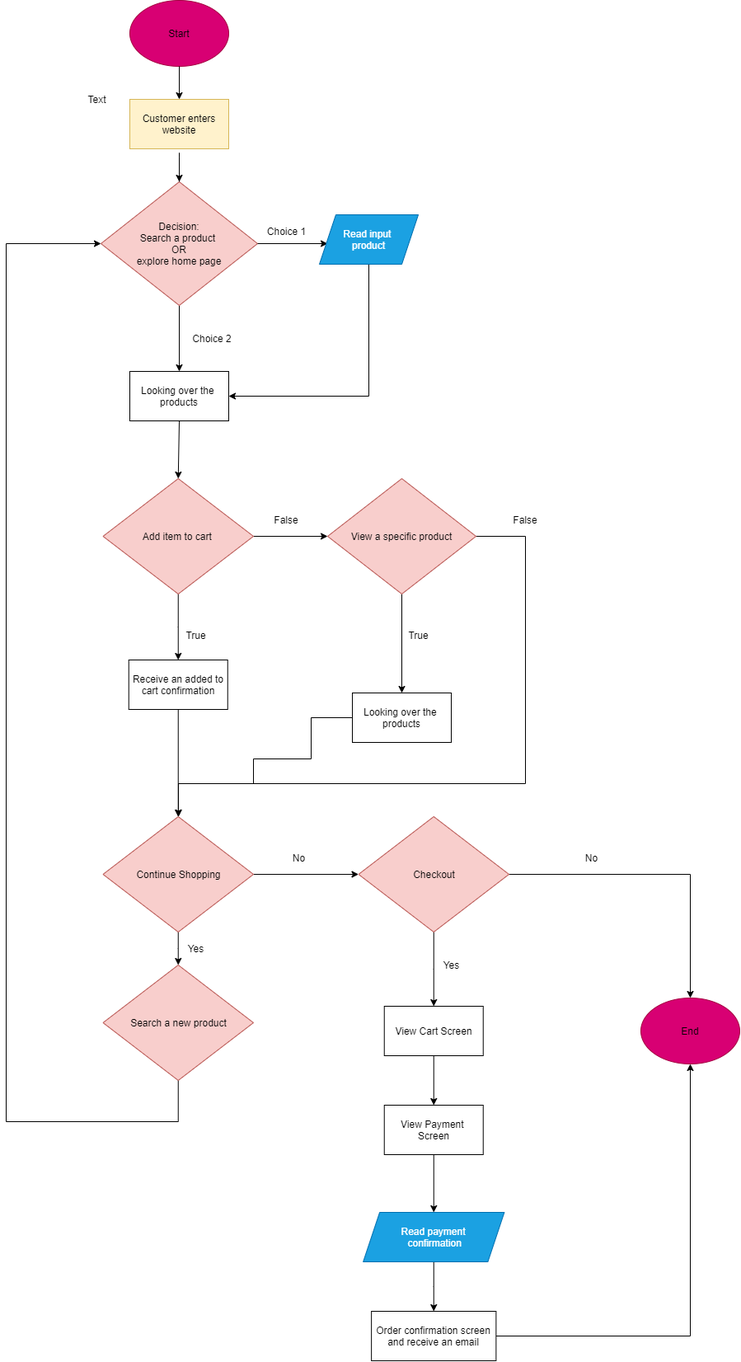
Earlier version of the draw.io export part2/part2.drawio.png (gradygabriel10/sp21-cse110-lab4). Source tidied: cells renumbered, new cells last; positions are measured from the earlier drawing's top-left corner, leaving out a move shared by most shapes.
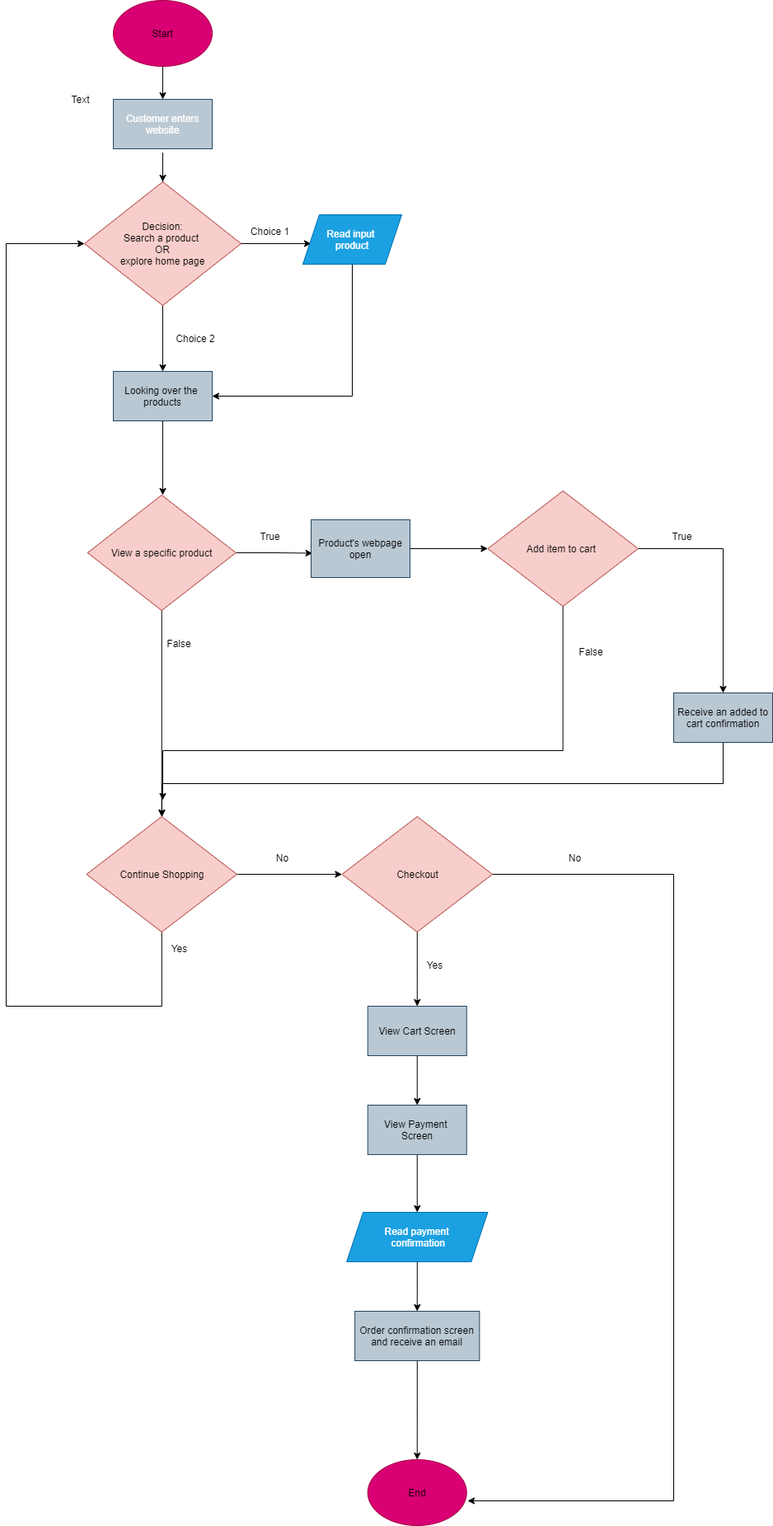
The same file after the commit.

Commit message:
finish-all-part

Change to the diagram source:
```diff
@@ -5,7 +5,7 @@
     <mxCell id="2" value="&lt;font color=&quot;#000000&quot;&gt;Start&lt;/font&gt;" style="ellipse;whiteSpace=wrap;html=1;fillColor=#d80073;strokeColor=#A50040;fontColor=#ffffff;" parent="1" vertex="1">
       <mxGeometry x="150" width="120" height="80" as="geometry" />
     </mxCell>
-    <mxCell id="3" value="&lt;font color=&quot;#000000&quot;&gt;Customer enters website&lt;br&gt;&lt;/font&gt;" style="rounded=0;whiteSpace=wrap;html=1;fillColor=#fff2cc;strokeColor=#d6b656;" parent="1" vertex="1">
+    <mxCell id="3" value="&lt;font color=&quot;#ffffff&quot;&gt;Customer enters website&lt;/font&gt;" style="rounded=0;whiteSpace=wrap;html=1;fillColor=#bac8d3;strokeColor=#23445d;" parent="1" vertex="1">
       <mxGeometry x="150" y="120" width="120" height="60" as="geometry" />
     </mxCell>
     <mxCell id="4" style="edgeStyle=orthogonalEdgeStyle;rounded=0;jettySize=auto;html=1;exitX=0.5;exitY=1;exitDx=0;exitDy=0;entryX=0.5;entryY=0;entryDx=0;entryDy=0;" parent="1" edge="1" source="5" target="12">
@@ -45,103 +45,56 @@
     <mxCell id="11" value="Read input &lt;br&gt;product" style="shape=parallelogram;perimeter=parallelogramPerimeter;whiteSpace=wrap;html=1;fixedSize=1;fillColor=#1ba1e2;strokeColor=#006EAF;fontColor=#ffffff;" parent="1" vertex="1">
       <mxGeometry x="380" y="260" width="120" height="60" as="geometry" />
     </mxCell>
-    <mxCell id="12" value="Looking over the&amp;nbsp;&lt;br&gt;products" style="rounded=0;whiteSpace=wrap;html=1;" parent="1" vertex="1">
+    <mxCell id="12" value="Looking over the&amp;nbsp;&lt;br&gt;products" style="rounded=0;whiteSpace=wrap;html=1;fillColor=#bac8d3;strokeColor=#23445d;" parent="1" vertex="1">
       <mxGeometry x="150" y="450" width="120" height="60" as="geometry" />
     </mxCell>
     <mxCell id="13" value="Choice 2" style="text;html=1;strokeColor=none;fillColor=none;align=center;verticalAlign=middle;whiteSpace=wrap;rounded=0;" parent="1" vertex="1">
       <mxGeometry x="210" y="400" width="80" height="20" as="geometry" />
     </mxCell>
-    <mxCell id="14" style="endArrow=classic;html=1;exitX=0.5;exitY=1;exitDx=0;exitDy=0;entryX=0.5;entryY=0;entryDx=0;entryDy=0;" parent="1" edge="1" source="12" target="17">
-      <mxGeometry relative="1" as="geometry" />
+    <mxCell id="14" style="endArrow=classic;html=1;exitX=0.5;exitY=1;exitDx=0;exitDy=0;entryX=0.5;entryY=0;entryDx=0;entryDy=0;" parent="1" edge="1" source="12">
+      <mxGeometry relative="1" as="geometry">
+        <mxPoint x="210" y="600" as="targetPoint" />
+      </mxGeometry>
     </mxCell>
-    <mxCell id="15" style="edgeStyle=orthogonalEdgeStyle;rounded=0;jettySize=auto;html=1;" parent="1" edge="1" source="17" target="20">
-      <mxGeometry relative="1" as="geometry" />
-    </mxCell>
-    <mxCell id="16" style="edgeStyle=orthogonalEdgeStyle;rounded=0;jettySize=auto;html=1;entryX=0.5;entryY=0;entryDx=0;entryDy=0;" parent="1" edge="1" source="17" target="31">
-      <mxGeometry relative="1" as="geometry" />
-    </mxCell>
-    <mxCell id="17" value="&lt;font color=&quot;#000000&quot;&gt;Add item to cart&amp;nbsp;&lt;br&gt;&lt;/font&gt;" style="rhombus;whiteSpace=wrap;html=1;fillColor=#f8cecc;strokeColor=#b85450;" parent="1" vertex="1">
-      <mxGeometry x="117.5" y="580" width="182.5" height="140" as="geometry" />
-    </mxCell>
-    <mxCell id="18" style="edgeStyle=orthogonalEdgeStyle;rounded=0;jettySize=auto;html=1;entryX=0.5;entryY=0;entryDx=0;entryDy=0;" parent="1" edge="1" source="20" target="27">
-      <mxGeometry relative="1" as="geometry" />
-    </mxCell>
-    <mxCell id="19" style="edgeStyle=orthogonalEdgeStyle;rounded=0;jettySize=auto;html=1;" parent="1" edge="1" source="20">
-      <mxGeometry relative="1" as="geometry">
-        <mxPoint x="209" y="990" as="targetPoint" />
-        <Array as="points">
-          <mxPoint x="630" y="650" />
-          <mxPoint x="630" y="950" />
-          <mxPoint x="209" y="950" />
-        </Array>
-      </mxGeometry>
-    </mxCell>
-    <mxCell id="20" value="&lt;font color=&quot;#000000&quot;&gt;View a specific product&lt;br&gt;&lt;/font&gt;" style="rhombus;whiteSpace=wrap;html=1;fillColor=#f8cecc;strokeColor=#b85450;" parent="1" vertex="1">
-      <mxGeometry x="390" y="580" width="180" height="140" as="geometry" />
-    </mxCell>
     <mxCell id="21" value="False" style="text;html=1;strokeColor=none;fillColor=none;align=center;verticalAlign=middle;whiteSpace=wrap;rounded=0;" parent="1" vertex="1">
-      <mxGeometry x="320" y="620" width="40" height="20" as="geometry" />
+      <mxGeometry x="210" y="770" width="40" height="20" as="geometry" />
     </mxCell>
     <mxCell id="22" value="True" style="text;html=1;align=center;verticalAlign=middle;" parent="1" vertex="1">
-      <mxGeometry x="210" y="760" width="40" height="20" as="geometry" />
+      <mxGeometry x="320" y="640" width="40" height="20" as="geometry" />
     </mxCell>
-    <mxCell id="23" style="edgeStyle=orthogonalEdgeStyle;rounded=0;jettySize=auto;html=1;entryX=0.5;entryY=0;entryDx=0;entryDy=0;" parent="1" edge="1" source="25" target="33">
-      <mxGeometry relative="1" as="geometry" />
-    </mxCell>
     <mxCell id="24" style="edgeStyle=orthogonalEdgeStyle;rounded=0;jettySize=auto;html=1;entryX=0;entryY=0.5;entryDx=0;entryDy=0;" parent="1" edge="1" source="25" target="37">
       <mxGeometry relative="1" as="geometry" />
     </mxCell>
+    <mxCell id="51" style="edgeStyle=orthogonalEdgeStyle;rounded=0;jettySize=auto;html=1;entryX=0;entryY=0.5;entryDx=0;entryDy=0;" parent="1" edge="1" source="25" target="5">
+      <mxGeometry relative="1" as="geometry">
+        <Array as="points">
+          <mxPoint x="209" y="1220" />
+          <mxPoint x="20" y="1220" />
+          <mxPoint x="20" y="295" />
+        </Array>
+      </mxGeometry>
+    </mxCell>
     <mxCell id="25" value="&lt;font color=&quot;#000000&quot;&gt;Continue Shopping&lt;br&gt;&lt;/font&gt;" style="rhombus;whiteSpace=wrap;html=1;fillColor=#f8cecc;strokeColor=#b85450;" parent="1" vertex="1">
       <mxGeometry x="117.5" y="990" width="182.5" height="140" as="geometry" />
     </mxCell>
-    <mxCell id="26" style="edgeStyle=orthogonalEdgeStyle;rounded=0;jettySize=auto;html=1;" parent="1" edge="1" source="27">
-      <mxGeometry relative="1" as="geometry">
-        <mxPoint x="209" y="990" as="targetPoint" />
-        <Array as="points">
-          <mxPoint x="370" y="870" />
-          <mxPoint x="370" y="920" />
-          <mxPoint x="300" y="920" />
-          <mxPoint x="300" y="950" />
-          <mxPoint x="209" y="950" />
-        </Array>
-      </mxGeometry>
-    </mxCell>
-    <mxCell id="27" value="Looking over the&amp;nbsp;&lt;br&gt;products" style="rounded=0;whiteSpace=wrap;html=1;" parent="1" vertex="1">
-      <mxGeometry x="420" y="840" width="120" height="60" as="geometry" />
-    </mxCell>
-    <mxCell id="28" value="False" style="text;html=1;strokeColor=none;fillColor=none;align=center;verticalAlign=middle;whiteSpace=wrap;rounded=0;" parent="1" vertex="1">
-      <mxGeometry x="610" y="620" width="40" height="20" as="geometry" />
-    </mxCell>
-    <mxCell id="29" value="True" style="text;html=1;align=center;verticalAlign=middle;" parent="1" vertex="1">
-      <mxGeometry x="480" y="760" width="40" height="20" as="geometry" />
-    </mxCell>
-    <mxCell id="30" style="edgeStyle=orthogonalEdgeStyle;rounded=0;jettySize=auto;html=1;entryX=0.5;entryY=0;entryDx=0;entryDy=0;" parent="1" edge="1" source="31" target="25">
+    <mxCell id="30" style="edgeStyle=orthogonalEdgeStyle;rounded=0;jettySize=auto;html=1;entryX=0.5;entryY=0;entryDx=0;entryDy=0;exitX=0.5;exitY=1;exitDx=0;exitDy=0;" parent="1" edge="1" source="20" target="25">
       <mxGeometry relative="1" as="geometry" />
     </mxCell>
-    <mxCell id="31" value="Receive an added to cart confirmation" style="rounded=0;whiteSpace=wrap;html=1;" parent="1" vertex="1">
-      <mxGeometry x="148.8" y="800" width="120" height="60" as="geometry" />
-    </mxCell>
-    <mxCell id="32" style="edgeStyle=orthogonalEdgeStyle;rounded=0;jettySize=auto;html=1;entryX=0;entryY=0.5;entryDx=0;entryDy=0;" parent="1" edge="1" source="33" target="5">
-      <mxGeometry relative="1" as="geometry">
-        <Array as="points">
-          <mxPoint x="209" y="1360" />
-          <mxPoint y="1360" />
-          <mxPoint y="295" />
-        </Array>
-      </mxGeometry>
-    </mxCell>
-    <mxCell id="33" value="&lt;font color=&quot;#000000&quot;&gt;Search a new product&lt;br&gt;&lt;/font&gt;" style="rhombus;whiteSpace=wrap;html=1;fillColor=#f8cecc;strokeColor=#b85450;" parent="1" vertex="1">
-      <mxGeometry x="117.5" y="1170" width="182.5" height="140" as="geometry" />
-    </mxCell>
     <mxCell id="34" value="Yes" style="text;html=1;align=center;verticalAlign=middle;" parent="1" vertex="1">
       <mxGeometry x="210" y="1140" width="40" height="20" as="geometry" />
     </mxCell>
-    <mxCell id="35" style="edgeStyle=orthogonalEdgeStyle;rounded=0;jettySize=auto;html=1;entryX=0.5;entryY=0;entryDx=0;entryDy=0;" parent="1" edge="1" source="37" target="39">
-      <mxGeometry relative="1" as="geometry" />
-    </mxCell>
     <mxCell id="36" style="edgeStyle=orthogonalEdgeStyle;rounded=0;jettySize=auto;html=1;entryX=0.5;entryY=0;entryDx=0;entryDy=0;" parent="1" edge="1" source="37" target="42">
       <mxGeometry relative="1" as="geometry" />
     </mxCell>
+    <mxCell id="52" style="edgeStyle=orthogonalEdgeStyle;rounded=0;jettySize=auto;html=1;" parent="1" edge="1" source="37">
+      <mxGeometry relative="1" as="geometry">
+        <mxPoint x="580" y="1820" as="targetPoint" />
+        <Array as="points">
+          <mxPoint x="830" y="1060" />
+          <mxPoint x="830" y="1820" />
+        </Array>
+      </mxGeometry>
+    </mxCell>
     <mxCell id="37" value="&lt;font color=&quot;#000000&quot;&gt;Checkout&lt;br&gt;&lt;/font&gt;" style="rhombus;whiteSpace=wrap;html=1;fillColor=#f8cecc;strokeColor=#b85450;" parent="1" vertex="1">
       <mxGeometry x="427.5" y="990" width="182.5" height="140" as="geometry" />
     </mxCell>
@@ -149,7 +102,7 @@
       <mxGeometry x="340" y="1030" width="30" height="20" as="geometry" />
     </mxCell>
     <mxCell id="39" value="&lt;font color=&quot;#000000&quot;&gt;End&lt;/font&gt;" style="ellipse;whiteSpace=wrap;html=1;fillColor=#d80073;strokeColor=#A50040;fontColor=#ffffff;" parent="1" vertex="1">
-      <mxGeometry x="770" y="1210" width="120" height="80" as="geometry" />
+      <mxGeometry x="458.8" y="1770" width="120" height="80" as="geometry" />
     </mxCell>
     <mxCell id="40" value="No" style="text;html=1;align=center;verticalAlign=middle;" parent="1" vertex="1">
       <mxGeometry x="695" y="1030" width="30" height="20" as="geometry" />
@@ -157,7 +110,7 @@
     <mxCell id="41" style="edgeStyle=orthogonalEdgeStyle;rounded=0;jettySize=auto;html=1;entryX=0.5;entryY=0;entryDx=0;entryDy=0;" parent="1" edge="1" source="42" target="45">
       <mxGeometry relative="1" as="geometry" />
     </mxCell>
-    <mxCell id="42" value="View Cart Screen" style="rounded=0;whiteSpace=wrap;html=1;" parent="1" vertex="1">
+    <mxCell id="42" value="View Cart Screen" style="rounded=0;whiteSpace=wrap;html=1;fillColor=#bac8d3;strokeColor=#23445d;" parent="1" vertex="1">
       <mxGeometry x="458.8" y="1220" width="120" height="60" as="geometry" />
     </mxCell>
     <mxCell id="43" value="Yes" style="text;html=1;align=center;verticalAlign=middle;" parent="1" vertex="1">
@@ -166,7 +119,7 @@
     <mxCell id="44" style="edgeStyle=orthogonalEdgeStyle;rounded=0;jettySize=auto;html=1;entryX=0.5;entryY=0;entryDx=0;entryDy=0;" parent="1" edge="1" source="45" target="47">
       <mxGeometry relative="1" as="geometry" />
     </mxCell>
-    <mxCell id="45" value="View Payment &lt;br&gt;Screen" style="rounded=0;whiteSpace=wrap;html=1;" parent="1" vertex="1">
+    <mxCell id="45" value="View Payment &lt;br&gt;Screen" style="rounded=0;whiteSpace=wrap;html=1;fillColor=#bac8d3;strokeColor=#23445d;" parent="1" vertex="1">
       <mxGeometry x="458.8" y="1340" width="120" height="60" as="geometry" />
     </mxCell>
     <mxCell id="46" style="edgeStyle=orthogonalEdgeStyle;rounded=0;jettySize=auto;html=1;entryX=0.5;entryY=0;entryDx=0;entryDy=0;" parent="1" edge="1" source="47" target="49">
@@ -175,14 +128,58 @@
     <mxCell id="47" value="Read payment&lt;br&gt;&amp;nbsp;confirmation" style="shape=parallelogram;perimeter=parallelogramPerimeter;whiteSpace=wrap;html=1;fixedSize=1;fillColor=#1ba1e2;strokeColor=#006EAF;fontColor=#ffffff;" parent="1" vertex="1">
       <mxGeometry x="433.1" y="1470" width="171.2" height="60" as="geometry" />
     </mxCell>
-    <mxCell id="48" style="edgeStyle=orthogonalEdgeStyle;rounded=0;jettySize=auto;html=1;entryX=0.5;entryY=1;entryDx=0;entryDy=0;" parent="1" edge="1" source="49" target="39">
+    <mxCell id="48" style="edgeStyle=orthogonalEdgeStyle;rounded=0;jettySize=auto;html=1;entryX=0.5;entryY=0;entryDx=0;entryDy=0;" parent="1" edge="1" source="49" target="39">
       <mxGeometry relative="1" as="geometry" />
     </mxCell>
-    <mxCell id="49" value="Order confirmation screen&lt;br&gt;and receive an email" style="rounded=0;whiteSpace=wrap;html=1;" parent="1" vertex="1">
+    <mxCell id="49" value="Order confirmation screen&lt;br&gt;and receive an email" style="rounded=0;whiteSpace=wrap;html=1;fillColor=#bac8d3;strokeColor=#23445d;" parent="1" vertex="1">
       <mxGeometry x="443.1" y="1590" width="151.2" height="60" as="geometry" />
     </mxCell>
     <mxCell id="50" value="Text" style="text;html=1;align=center;verticalAlign=middle;" parent="1" vertex="1">
       <mxGeometry x="90" y="110" width="40" height="20" as="geometry" />
     </mxCell>
+    <mxCell id="53" style="edgeStyle=orthogonalEdgeStyle;rounded=0;jettySize=auto;html=1;entryX=0.014;entryY=0.579;entryDx=0;entryDy=0;entryPerimeter=0;" parent="1" edge="1" source="20" target="57">
+      <mxGeometry relative="1" as="geometry" />
+    </mxCell>
+    <mxCell id="20" value="&lt;font color=&quot;#000000&quot;&gt;View a specific product&lt;br&gt;&lt;/font&gt;" style="rhombus;whiteSpace=wrap;html=1;fillColor=#f8cecc;strokeColor=#b85450;" parent="1" vertex="1">
+      <mxGeometry x="118.8" y="600" width="180" height="140" as="geometry" />
+    </mxCell>
+    <mxCell id="16" style="edgeStyle=orthogonalEdgeStyle;rounded=0;jettySize=auto;html=1;entryX=0.5;entryY=0;entryDx=0;entryDy=0;" parent="1" edge="1" source="17" target="31">
+      <mxGeometry relative="1" as="geometry" />
+    </mxCell>
+    <mxCell id="54" style="edgeStyle=orthogonalEdgeStyle;rounded=0;jettySize=auto;html=1;" parent="1" edge="1" source="17">
+      <mxGeometry relative="1" as="geometry">
+        <mxPoint x="210" y="970" as="targetPoint" />
+        <Array as="points">
+          <mxPoint x="696" y="910" />
+          <mxPoint x="210" y="910" />
+        </Array>
+      </mxGeometry>
+    </mxCell>
+    <mxCell id="17" value="&lt;font color=&quot;#000000&quot;&gt;Add item to cart&amp;nbsp;&lt;br&gt;&lt;/font&gt;" style="rhombus;whiteSpace=wrap;html=1;fillColor=#f8cecc;strokeColor=#b85450;" parent="1" vertex="1">
+      <mxGeometry x="604.4" y="595" width="182.5" height="140" as="geometry" />
+    </mxCell>
+    <mxCell id="55" style="edgeStyle=orthogonalEdgeStyle;rounded=0;jettySize=auto;html=1;" parent="1" edge="1" source="31" target="25">
+      <mxGeometry relative="1" as="geometry">
+        <Array as="points">
+          <mxPoint x="890" y="950" />
+          <mxPoint x="209" y="950" />
+        </Array>
+      </mxGeometry>
+    </mxCell>
+    <mxCell id="31" value="Receive an added to cart confirmation" style="rounded=0;whiteSpace=wrap;html=1;fillColor=#bac8d3;strokeColor=#23445d;" parent="1" vertex="1">
+      <mxGeometry x="830" y="840" width="120" height="60" as="geometry" />
+    </mxCell>
+    <mxCell id="56" style="edgeStyle=orthogonalEdgeStyle;rounded=0;jettySize=auto;html=1;entryX=0;entryY=0.5;entryDx=0;entryDy=0;" parent="1" edge="1" source="57" target="17">
+      <mxGeometry relative="1" as="geometry" />
+    </mxCell>
+    <mxCell id="57" value="Product's webpage open" style="rounded=0;whiteSpace=wrap;html=1;fillColor=#bac8d3;strokeColor=#23445d;" parent="1" vertex="1">
+      <mxGeometry x="390" y="630" width="120" height="70" as="geometry" />
+    </mxCell>
+    <mxCell id="29" value="True" style="text;html=1;align=center;verticalAlign=middle;" parent="1" vertex="1">
+      <mxGeometry x="820" y="640" width="40" height="20" as="geometry" />
+    </mxCell>
+    <mxCell id="28" value="False" style="text;html=1;strokeColor=none;fillColor=none;align=center;verticalAlign=middle;whiteSpace=wrap;rounded=0;" parent="1" vertex="1">
+      <mxGeometry x="710" y="780" width="40" height="20" as="geometry" />
+    </mxCell>
   </root>
 </mxGraphModel>
```
